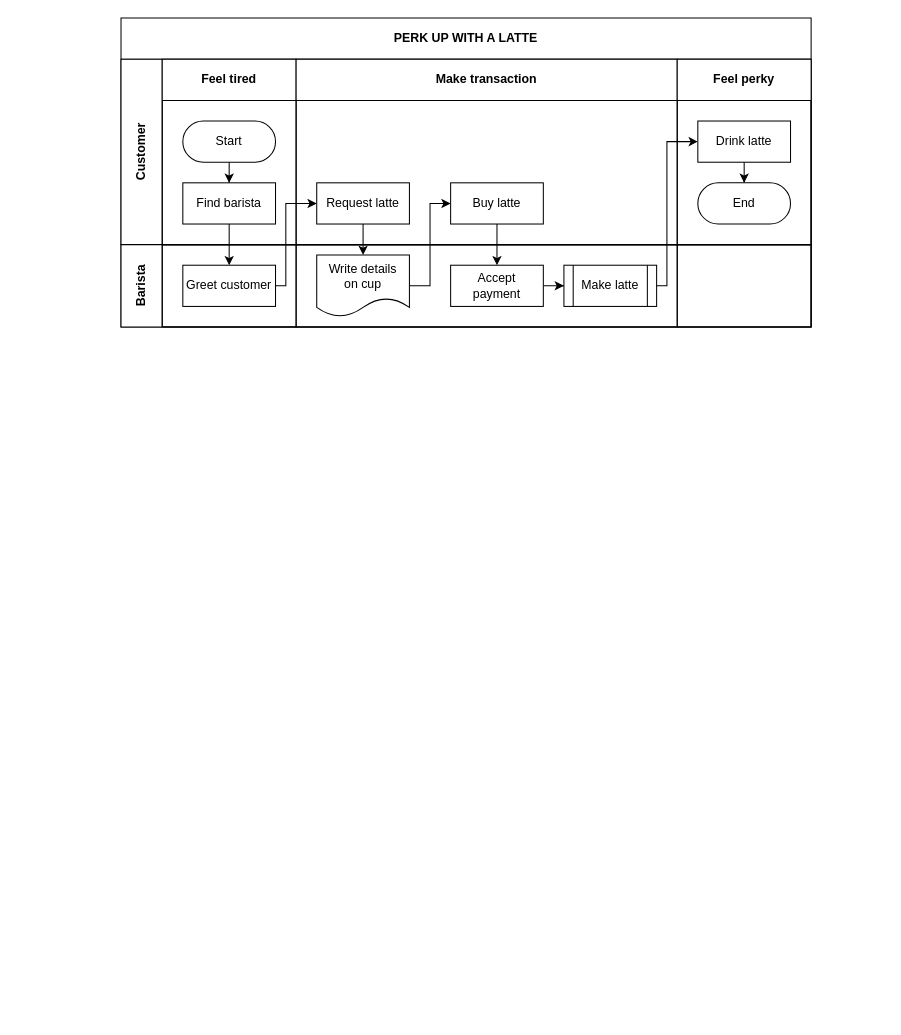
This is Untitled Diagram.drawio from WNTDJMHH/learnNet, a draw.io file, before an edit. Source tidied: cells renumbered, new cells numbered last; positions are measured from the earlier drawing's top-left corner, leaving out a move shared by most shapes. Both pictures are drawn from the tidied source at 103%, with x=0, y=0 at pixel (121, 18).
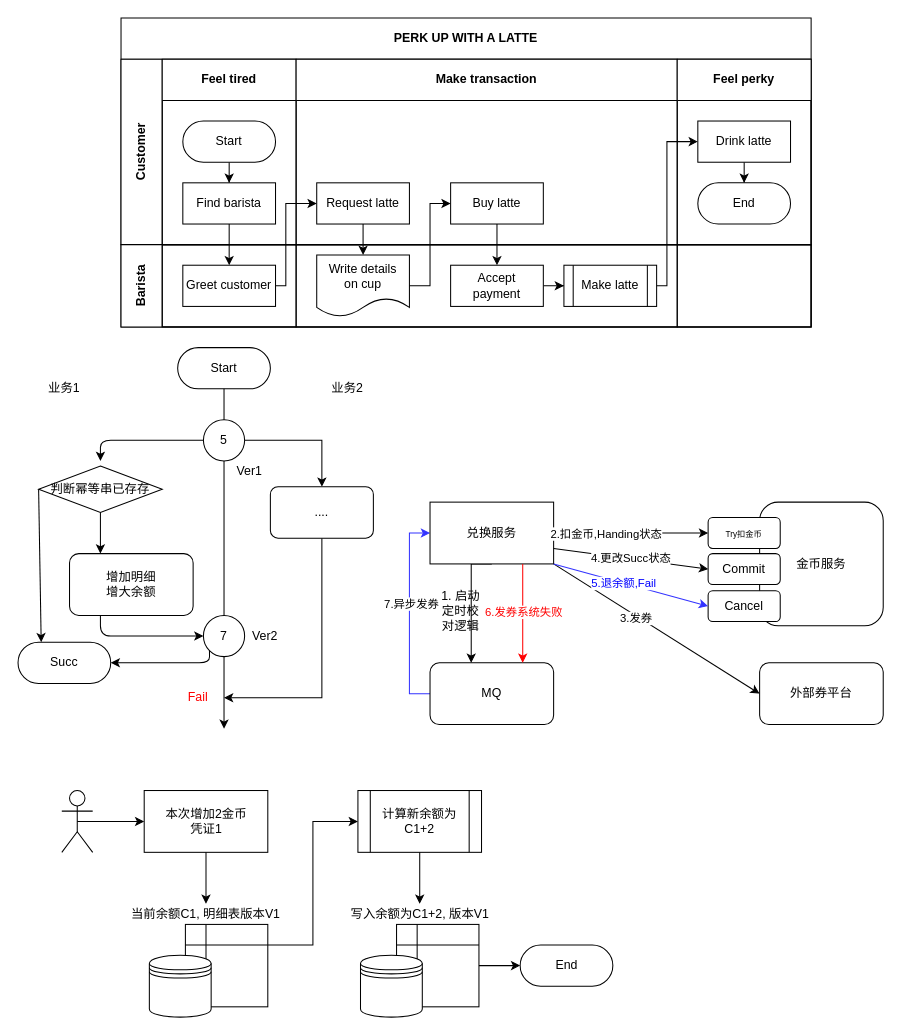
After the change.

What changed in the source:
```diff
@@
+    <mxCell id="30" style="endArrow=classic;html=1;" parent="1" edge="1" source="40">
+      <mxGeometry relative="1" as="geometry">
+        <mxPoint x="100" y="690" as="targetPoint" />
+      </mxGeometry>
+    </mxCell>
+    <mxCell id="31" style="edgeStyle=orthogonalEdgeStyle;rounded=0;jettySize=auto;html=1;exitX=1;exitY=0.5;exitDx=0;exitDy=0;entryX=0.5;entryY=0;entryDx=0;entryDy=0;" parent="1" edge="1" source="46" target="35">
+      <mxGeometry relative="1" as="geometry" />
+    </mxCell>
+    <mxCell id="32" value="Ver1" style="text;html=1;strokeColor=none;fillColor=none;align=center;verticalAlign=middle;whiteSpace=wrap;rounded=0;" parent="1" vertex="1">
+      <mxGeometry x="105" y="430" width="40" height="20" as="geometry" />
+    </mxCell>
+    <mxCell id="33" value="Ver2" style="text;html=1;strokeColor=none;fillColor=none;align=center;verticalAlign=middle;whiteSpace=wrap;rounded=0;" parent="1" vertex="1">
+      <mxGeometry x="120" y="590" width="40" height="20" as="geometry" />
+    </mxCell>
+    <mxCell id="34" style="edgeStyle=orthogonalEdgeStyle;rounded=0;jettySize=auto;html=1;exitX=0.5;exitY=1;exitDx=0;exitDy=0;" parent="1" edge="1" source="35">
+      <mxGeometry relative="1" as="geometry">
+        <mxPoint x="100" y="660" as="targetPoint" />
+        <Array as="points">
+          <mxPoint x="195" y="660" />
+        </Array>
+      </mxGeometry>
+    </mxCell>
+    <mxCell id="35" value="...." style="rounded=1;whiteSpace=wrap;html=1;" parent="1" vertex="1">
+      <mxGeometry x="145" y="455" width="100" height="50" as="geometry" />
+    </mxCell>
+    <mxCell id="36" value="判断幂等串已存存" style="rhombus;whiteSpace=wrap;html=1;" parent="1" vertex="1">
+      <mxGeometry x="-80" y="435" width="120" height="45" as="geometry" />
+    </mxCell>
+    <mxCell id="37" value="Succ" style="rounded=1;whiteSpace=wrap;html=1;arcSize=50;" parent="1" vertex="1">
+      <mxGeometry x="-100" y="606" width="90" height="40" as="geometry" />
+    </mxCell>
+    <mxCell id="38" value="增加明细&lt;br&gt;增大余额" style="rounded=1;whiteSpace=wrap;html=1;" parent="1" vertex="1">
+      <mxGeometry x="-50" y="520" width="120" height="60" as="geometry" />
+    </mxCell>
+    <mxCell id="39" style="endArrow=classic;html=1;exitX=0;exitY=0.5;exitDx=0;exitDy=0;" parent="1" edge="1" source="46">
+      <mxGeometry relative="1" as="geometry">
+        <mxPoint x="-20" y="430" as="targetPoint" />
+        <Array as="points">
+          <mxPoint x="-20" y="410" />
+        </Array>
+      </mxGeometry>
+    </mxCell>
+    <mxCell id="40" value="7" style="ellipse;whiteSpace=wrap;html=1;direction=west;" parent="1" vertex="1">
+      <mxGeometry x="80" y="580" width="40" height="40" as="geometry" />
+    </mxCell>
+    <mxCell id="41" style="endArrow=none;html=1;endFill=0;" parent="1" edge="1" target="40">
+      <mxGeometry relative="1" as="geometry">
+        <mxPoint x="100" y="340" as="sourcePoint" />
+      </mxGeometry>
+    </mxCell>
+    <mxCell id="42" style="endArrow=classic;html=1;exitX=0.5;exitY=1;exitDx=0;exitDy=0;entryX=0.25;entryY=0;entryDx=0;entryDy=0;" parent="1" edge="1" source="36" target="38">
+      <mxGeometry relative="1" as="geometry" />
+    </mxCell>
+    <mxCell id="43" style="endArrow=classic;html=1;entryX=1;entryY=0.5;entryDx=0;entryDy=0;" parent="1" edge="1" target="40">
+      <mxGeometry relative="1" as="geometry">
+        <mxPoint x="-20" y="580" as="sourcePoint" />
+        <Array as="points">
+          <mxPoint x="-20" y="600" />
+        </Array>
+      </mxGeometry>
+    </mxCell>
+    <mxCell id="44" style="endArrow=classic;html=1;exitX=0;exitY=0.5;exitDx=0;exitDy=0;entryX=0.25;entryY=0;entryDx=0;entryDy=0;" parent="1" edge="1" source="36" target="37">
+      <mxGeometry relative="1" as="geometry" />
+    </mxCell>
+    <mxCell id="45" value="Start" style="rounded=1;whiteSpace=wrap;html=1;arcSize=50;" parent="1" vertex="1">
+      <mxGeometry x="55" y="320" width="90" height="40" as="geometry" />
+    </mxCell>
+    <mxCell id="46" value="5" style="ellipse;whiteSpace=wrap;html=1;" parent="1" vertex="1">
+      <mxGeometry x="80" y="390" width="40" height="40" as="geometry" />
+    </mxCell>
+    <mxCell id="47" value="业务1" style="text;html=1;strokeColor=none;fillColor=none;align=center;verticalAlign=middle;whiteSpace=wrap;rounded=0;" parent="1" vertex="1">
+      <mxGeometry x="-75" y="350" width="40" height="20" as="geometry" />
+    </mxCell>
+    <mxCell id="48" value="业务2" style="text;html=1;strokeColor=none;fillColor=none;align=center;verticalAlign=middle;whiteSpace=wrap;rounded=0;" parent="1" vertex="1">
+      <mxGeometry x="200" y="350" width="40" height="20" as="geometry" />
+    </mxCell>
+    <mxCell id="49" value="&lt;font color=&quot;#ff0000&quot;&gt;Fail&lt;/font&gt;" style="text;html=1;strokeColor=none;fillColor=none;align=center;verticalAlign=middle;whiteSpace=wrap;rounded=0;" parent="1" vertex="1">
+      <mxGeometry x="55" y="650" width="40" height="20" as="geometry" />
+    </mxCell>
+    <mxCell id="50" style="endArrow=classic;html=1;exitX=1;exitY=0;exitDx=0;exitDy=0;entryX=1;entryY=0.5;entryDx=0;entryDy=0;" parent="1" edge="1" source="40" target="37">
+      <mxGeometry relative="1" as="geometry">
+        <Array as="points">
+          <mxPoint x="86" y="626" />
+        </Array>
+      </mxGeometry>
+    </mxCell>
+    <mxCell id="51" style="shape=umlActor;verticalLabelPosition=bottom;verticalAlign=top;html=1;outlineConnect=0;" parent="1" vertex="1">
+      <mxGeometry x="-57.5" y="750" width="30" height="60" as="geometry" />
+    </mxCell>
+    <mxCell id="52" value="本次增加2金币&lt;br&gt;凭证1" style="rounded=0;whiteSpace=wrap;html=1;" parent="1" vertex="1">
+      <mxGeometry x="22.5" y="750" width="120" height="60" as="geometry" />
+    </mxCell>
+    <mxCell id="53" value="计算新余额为C1+2" style="shape=process;whiteSpace=wrap;html=1;backgroundOutline=1;" parent="1" vertex="1">
+      <mxGeometry x="230" y="750" width="120" height="60" as="geometry" />
+    </mxCell>
+    <mxCell id="54" value="End" style="rounded=1;whiteSpace=wrap;html=1;arcSize=50;" parent="1" vertex="1">
+      <mxGeometry x="387.5" y="900" width="90" height="40" as="geometry" />
+    </mxCell>
+    <mxCell id="55" style="endArrow=classic;html=1;exitX=0.5;exitY=0.5;exitDx=0;exitDy=0;exitPerimeter=0;entryX=0;entryY=0.5;entryDx=0;entryDy=0;" parent="1" edge="1" source="51" target="52">
+      <mxGeometry relative="1" as="geometry" />
+    </mxCell>
+    <mxCell id="56" style="endArrow=classic;html=1;exitX=0.5;exitY=1;exitDx=0;exitDy=0;" parent="1" edge="1" source="52" target="61">
+      <mxGeometry relative="1" as="geometry" />
+    </mxCell>
+    <mxCell id="57" style="group;" parent="1" vertex="1">
+      <mxGeometry x="-15" y="860" width="195" height="110" as="geometry" />
+    </mxCell>
+    <mxCell id="58" style="group;" parent="57" vertex="1">
+      <mxGeometry x="42.5" y="20" width="115" height="90" as="geometry" />
+    </mxCell>
+    <mxCell id="59" style="shape=internalStorage;whiteSpace=wrap;html=1;backgroundOutline=1;" parent="58" vertex="1">
+      <mxGeometry x="35" width="80" height="80" as="geometry" />
+    </mxCell>
+    <mxCell id="60" style="shape=datastore;whiteSpace=wrap;html=1;" parent="58" vertex="1">
+      <mxGeometry y="30" width="60" height="60" as="geometry" />
+    </mxCell>
+    <mxCell id="61" value="当前余额C1, 明细表版本V1" style="text;html=1;strokeColor=none;fillColor=none;align=center;verticalAlign=middle;whiteSpace=wrap;rounded=0;" parent="57" vertex="1">
+      <mxGeometry width="195" height="20" as="geometry" />
+    </mxCell>
+    <mxCell id="62" style="group;" parent="1" vertex="1">
+      <mxGeometry x="192.5" y="860" width="195" height="110" as="geometry" />
+    </mxCell>
+    <mxCell id="63" style="group;" parent="62" vertex="1">
+      <mxGeometry x="40" y="20" width="115" height="90" as="geometry" />
+    </mxCell>
+    <mxCell id="64" style="shape=internalStorage;whiteSpace=wrap;html=1;backgroundOutline=1;" parent="63" vertex="1">
+      <mxGeometry x="35" width="80" height="80" as="geometry" />
+    </mxCell>
+    <mxCell id="65" style="shape=datastore;whiteSpace=wrap;html=1;" parent="63" vertex="1">
+      <mxGeometry y="30" width="60" height="60" as="geometry" />
+    </mxCell>
+    <mxCell id="66" value="写入余额为C1+2, 版本V1" style="text;html=1;strokeColor=none;fillColor=none;align=center;verticalAlign=middle;whiteSpace=wrap;rounded=0;" parent="62" vertex="1">
+      <mxGeometry width="195" height="20" as="geometry" />
+    </mxCell>
+    <mxCell id="67" style="endArrow=classic;html=1;exitX=0.5;exitY=1;exitDx=0;exitDy=0;" parent="1" edge="1" source="53" target="66">
+      <mxGeometry relative="1" as="geometry" />
+    </mxCell>
+    <mxCell id="68" style="edgeStyle=orthogonalEdgeStyle;rounded=0;jettySize=auto;html=1;exitX=1;exitY=0.25;exitDx=0;exitDy=0;entryX=0;entryY=0.5;entryDx=0;entryDy=0;endArrow=classic;endFill=1;" parent="1" edge="1" source="59" target="53">
+      <mxGeometry relative="1" as="geometry" />
+    </mxCell>
+    <mxCell id="69" style="edgeStyle=orthogonalEdgeStyle;rounded=0;jettySize=auto;html=1;exitX=1;exitY=0.5;exitDx=0;exitDy=0;entryX=0;entryY=0.5;entryDx=0;entryDy=0;endArrow=classic;endFill=1;" parent="1" edge="1" source="64" target="54">
+      <mxGeometry relative="1" as="geometry" />
+    </mxCell>
+    <mxCell id="70" value="金币服务" style="rounded=1;whiteSpace=wrap;html=1;" parent="1" vertex="1">
+      <mxGeometry x="620" y="470" width="120" height="120" as="geometry" />
+    </mxCell>
+    <mxCell id="71" value="外部券平台" style="rounded=1;whiteSpace=wrap;html=1;" parent="1" vertex="1">
+      <mxGeometry x="620" y="626" width="120" height="60" as="geometry" />
+    </mxCell>
+    <mxCell id="72" value="&lt;font style=&quot;font-size: 8px&quot;&gt;Try扣金币&lt;br&gt;&lt;/font&gt;" style="rounded=1;whiteSpace=wrap;html=1;" parent="1" vertex="1">
+      <mxGeometry x="570" y="485" width="70" height="30" as="geometry" />
+    </mxCell>
+    <mxCell id="73" value="Commit" style="rounded=1;whiteSpace=wrap;html=1;" parent="1" vertex="1">
+      <mxGeometry x="570" y="520" width="70" height="30" as="geometry" />
+    </mxCell>
+    <mxCell id="74" value="Cancel" style="rounded=1;whiteSpace=wrap;html=1;" parent="1" vertex="1">
+      <mxGeometry x="570" y="556" width="70" height="30" as="geometry" />
+    </mxCell>
+    <mxCell id="75" style="edgeStyle=orthogonalEdgeStyle;rounded=0;jettySize=auto;html=1;exitX=0;exitY=0.5;exitDx=0;exitDy=0;entryX=0;entryY=0.5;entryDx=0;entryDy=0;endArrow=classic;endFill=1;strokeColor=#3333FF;" parent="1" edge="1" source="77" target="79">
+      <mxGeometry relative="1" as="geometry" />
+    </mxCell>
+    <mxCell id="76" value="7.异步发券" style="edgeLabel;html=1;align=center;verticalAlign=middle;" parent="75" vertex="1">
+      <mxGeometry x="0.1" y="-1" relative="1" as="geometry" />
+    </mxCell>
+    <mxCell id="77" value="MQ" style="rounded=1;whiteSpace=wrap;html=1;" parent="1" vertex="1">
+      <mxGeometry x="300" y="626" width="120" height="60" as="geometry" />
+    </mxCell>
+    <mxCell id="78" style="edgeStyle=orthogonalEdgeStyle;rounded=0;jettySize=auto;html=1;exitX=0.5;exitY=1;exitDx=0;exitDy=0;endArrow=classic;endFill=1;" parent="1" edge="1" source="79">
+      <mxGeometry relative="1" as="geometry">
+        <mxPoint x="340" y="626" as="targetPoint" />
+        <Array as="points">
+          <mxPoint x="340" y="530" />
+        </Array>
+      </mxGeometry>
+    </mxCell>
+    <mxCell id="79" value="兑换服务" style="rounded=0;whiteSpace=wrap;html=1;" parent="1" vertex="1">
+      <mxGeometry x="300" y="470" width="120" height="60" as="geometry" />
+    </mxCell>
+    <mxCell id="80" value="1. 启动定时校对逻辑" style="text;html=1;strokeColor=none;fillColor=none;align=center;verticalAlign=middle;whiteSpace=wrap;rounded=0;" parent="1" vertex="1">
+      <mxGeometry x="310" y="566" width="40" height="20" as="geometry" />
+    </mxCell>
+    <mxCell id="81" style="endArrow=classic;html=1;entryX=0;entryY=0.5;entryDx=0;entryDy=0;exitX=1;exitY=0.5;exitDx=0;exitDy=0;" parent="1" edge="1" source="79" target="72">
+      <mxGeometry relative="1" as="geometry" />
+    </mxCell>
+    <mxCell id="82" value="2.扣金币,Handing状态" style="edgeLabel;html=1;align=center;verticalAlign=middle;" parent="81" vertex="1">
+      <mxGeometry x="-0.33" relative="1" as="geometry" />
+    </mxCell>
+    <mxCell id="83" style="endArrow=classic;html=1;entryX=0;entryY=0.5;entryDx=0;entryDy=0;exitX=1;exitY=1;exitDx=0;exitDy=0;" parent="1" edge="1" source="79" target="71">
+      <mxGeometry relative="1" as="geometry" />
+    </mxCell>
+    <mxCell id="84" value="3.发券" style="edgeLabel;html=1;align=center;verticalAlign=middle;" parent="83" vertex="1">
+      <mxGeometry x="-0.2" y="-2" relative="1" as="geometry" />
+    </mxCell>
+    <mxCell id="85" value="4.更改Succ状态" style="endArrow=classic;html=1;entryX=0;entryY=0.5;entryDx=0;entryDy=0;exitX=1;exitY=0.75;exitDx=0;exitDy=0;" parent="1" edge="1" source="79" target="73">
+      <mxGeometry relative="1" as="geometry" />
+    </mxCell>
+    <mxCell id="86" style="endArrow=classic;html=1;exitX=0.75;exitY=1;exitDx=0;exitDy=0;entryX=0.75;entryY=0;entryDx=0;entryDy=0;strokeColor=#FF0000;" parent="1" edge="1" source="79" target="77">
+      <mxGeometry relative="1" as="geometry" />
+    </mxCell>
+    <mxCell id="87" value="&lt;font color=&quot;#ff0000&quot;&gt;6.发券系统失败&lt;/font&gt;" style="edgeLabel;html=1;align=center;verticalAlign=middle;" parent="86" vertex="1">
+      <mxGeometry x="-0.05" relative="1" as="geometry" />
+    </mxCell>
+    <mxCell id="88" style="endArrow=classic;html=1;entryX=0;entryY=0.5;entryDx=0;entryDy=0;strokeColor=#3333FF;" parent="1" edge="1" target="74">
+      <mxGeometry relative="1" as="geometry">
+        <mxPoint x="420" y="530" as="sourcePoint" />
+      </mxGeometry>
+    </mxCell>
+    <mxCell id="89" value="&lt;font color=&quot;#0000ff&quot;&gt;5.退余额,Fail&lt;/font&gt;" style="edgeLabel;html=1;align=center;verticalAlign=middle;" parent="88" vertex="1">
+      <mxGeometry x="-0.1" relative="1" as="geometry" />
+    </mxCell>
```
